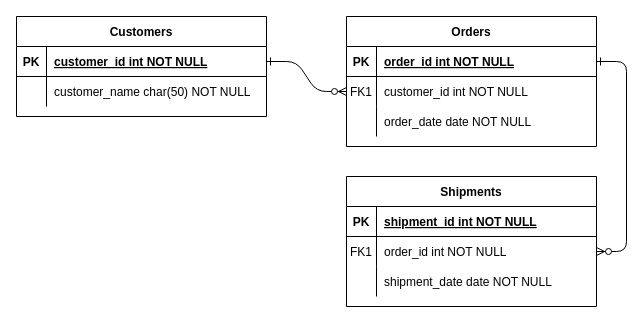
The draw.io diagram htmldemo/Untitled Diagram.drawio in wudinggui-qwe/test1, before the edit. Source tidied: cells renumbered, new cells numbered last; positions are measured from the earlier drawing's top-left corner, leaving out a move shared by most shapes. Both pictures are drawn from the tidied source at 100%, with x=0, y=0 at pixel (16, 16).
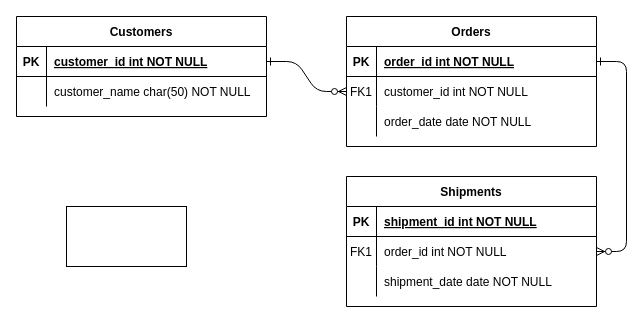
The same page after the edit.

Diff of the diagram source:
```diff
@@
+    <mxCell id="31" style="rounded=0;whiteSpace=wrap;html=1;" parent="1" vertex="1">
+      <mxGeometry x="50" y="190" width="120" height="60" as="geometry" />
+    </mxCell>
```
